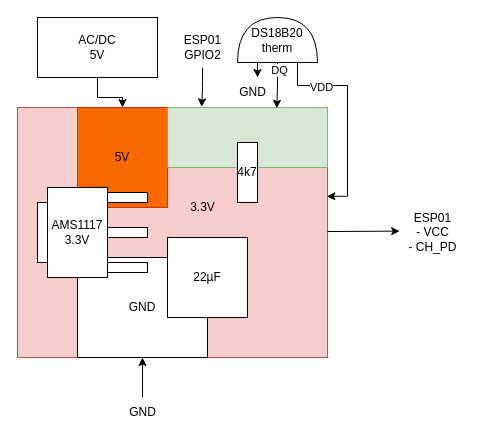
This is schematics.drawio from xmirakulix/Thermodings, a draw.io file, before an edit. Source tidied: cells renumbered, new cells numbered last; positions are measured from the earlier drawing's top-left corner, leaving out a move shared by most shapes. Both pictures are drawn from the tidied source at 100%, with x=0, y=0 at pixel (17, 17).
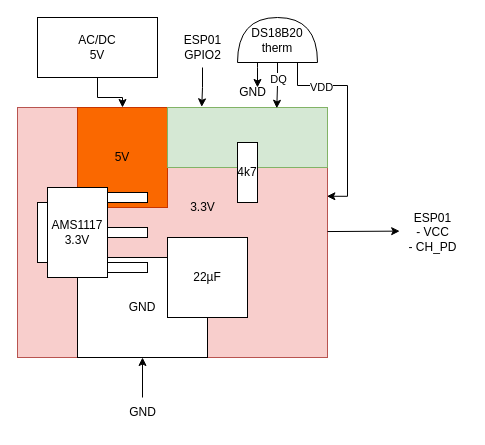
The same page after the edit.

Unchanged cells that the change refers to:
```xml
<mxCell id="20" style="edgeStyle=orthogonalEdgeStyle;rounded=0;jettySize=auto;html=1;entryX=0.683;entryY=0.013;entryDx=0;entryDy=0;entryPerimeter=0;startArrow=none;startFill=0;exitX=0;exitY=0.5;exitDx=0;exitDy=0;exitPerimeter=0;" parent="1" edge="1" source="24" target="11">
  <mxGeometry relative="1" as="geometry" />
</mxCell>
<mxCell id="24" value="DS18B20&lt;br&gt;therm" style="shape=or;whiteSpace=wrap;html=1;direction=north;" parent="1" vertex="1">
  <mxGeometry x="220" width="80" height="45" as="geometry" />
</mxCell>
<mxCell id="27" value="GND" style="text;html=1;align=center;verticalAlign=middle;points=[];strokeColor=none;fillColor=none;" parent="1" vertex="1">
  <mxGeometry x="210" y="60" width="50" height="30" as="geometry" />
</mxCell>
```

Diff of the diagram source:
```diff
@@
     <mxCell id="21" value="DQ" style="edgeLabel;html=1;align=center;verticalAlign=middle;" parent="20" vertex="1">
-      <mxGeometry x="-0.72" y="1" relative="1" as="geometry" />
+      <mxGeometry x="-0.72" y="1" relative="1" as="geometry">
+        <mxPoint x="-1" y="9" as="offset" />
+      </mxGeometry>
     </mxCell>
@@
-    <mxCell id="23" style="edgeStyle=orthogonalEdgeStyle;rounded=0;jettySize=auto;html=1;" parent="1" edge="1" source="24" target="27">
+    <mxCell id="23" style="edgeStyle=orthogonalEdgeStyle;rounded=0;jettySize=auto;html=1;entryX=0.6;entryY=0.333;entryDx=0;entryDy=0;entryPerimeter=0;fontStyle=2;" parent="1" edge="1" source="24" target="27">
       <mxGeometry relative="1" as="geometry">
         <Array as="points">
           <mxPoint x="240" y="50" />
           <mxPoint x="240" y="50" />
         </Array>
       </mxGeometry>
     </mxCell>
```
